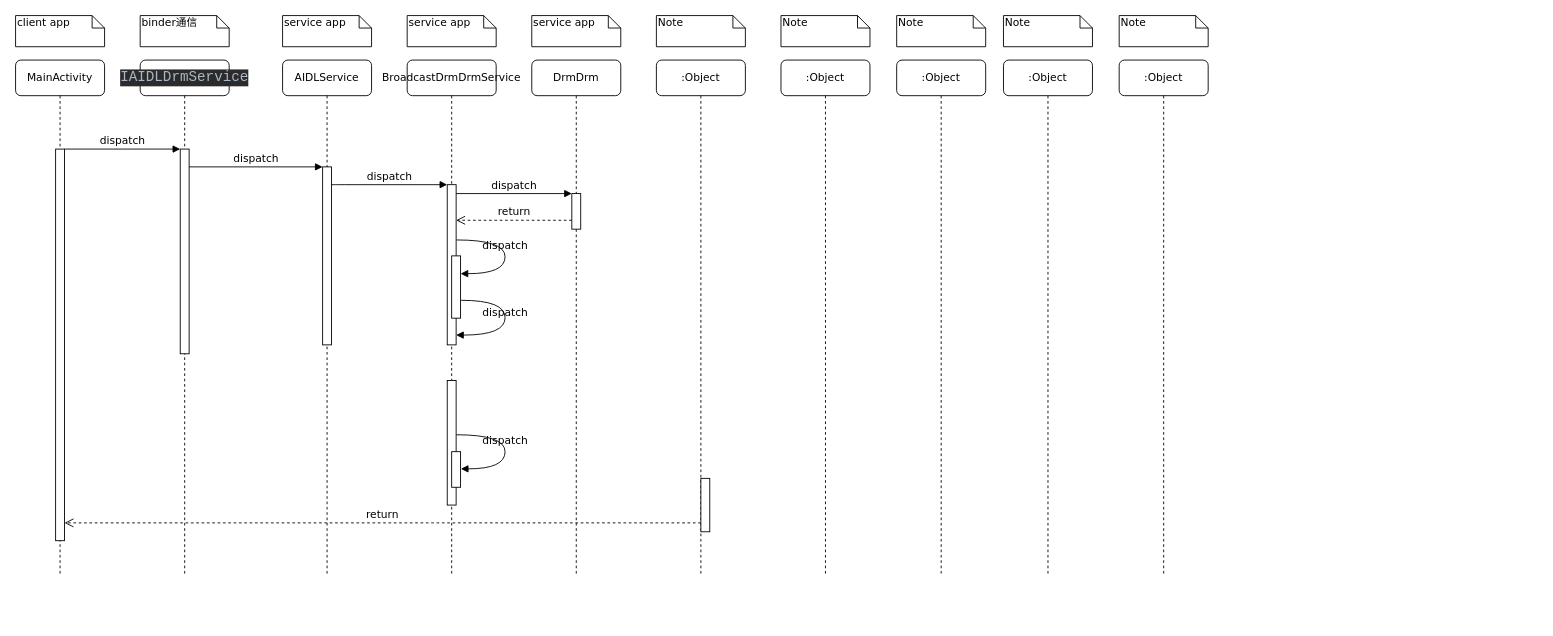
This is drm时序图.drawio from xuleixie/diagram, a draw.io file, before an edit. Source tidied: cells renumbered, new cells numbered last; positions are measured from the earlier drawing's top-left corner, leaving out a move shared by most shapes. Both pictures are drawn from the tidied source at 89%, with x=0, y=0 at pixel (15, 15).
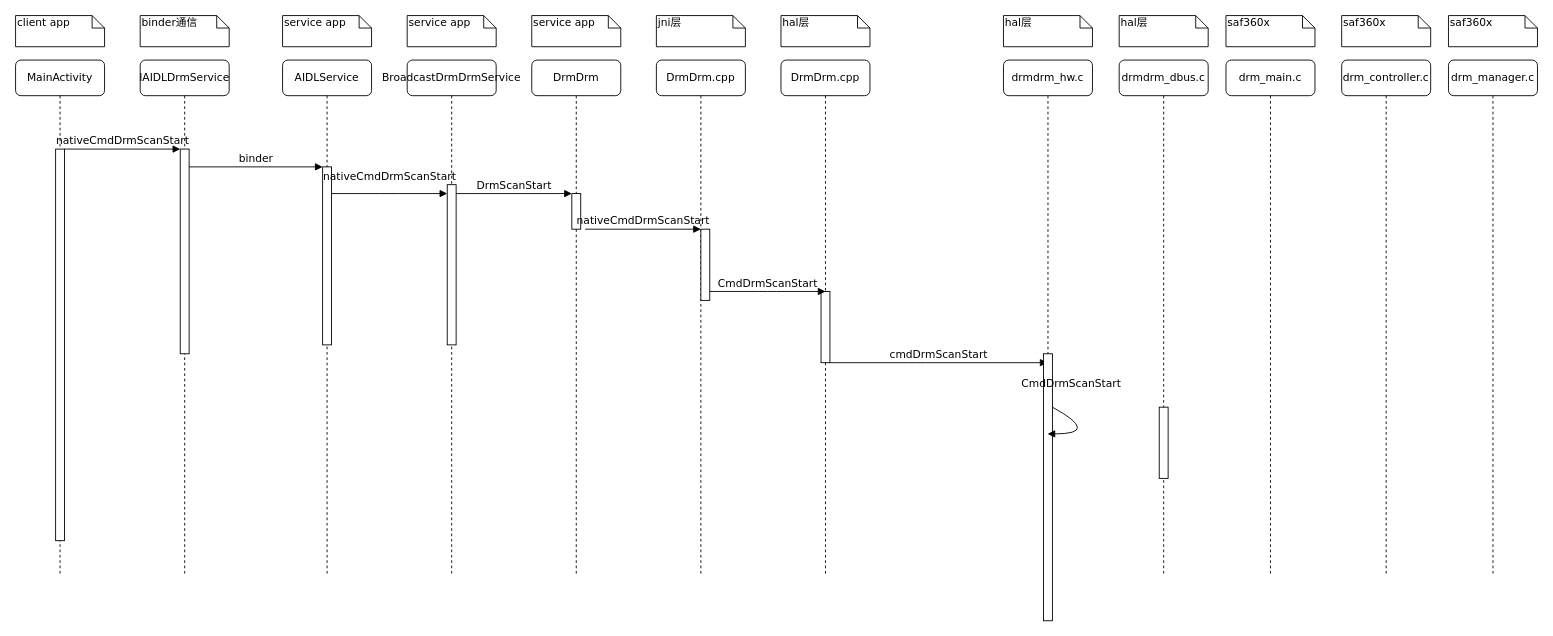
The same page after the edit.

Commit message:
更新drm时序图.drawio

The change refers to these unchanged cells:
```xml
<mxCell id="3" style="html=1;points=[];perimeter=orthogonalPerimeter;rounded=0;shadow=0;comic=0;labelBackgroundColor=none;strokeWidth=1;fontFamily=Verdana;fontSize=12;align=center;" parent="2" vertex="1">
  <mxGeometry x="45" y="100" width="10" height="230" as="geometry" />
</mxCell>
<mxCell id="5" style="html=1;points=[];perimeter=orthogonalPerimeter;rounded=0;shadow=0;comic=0;labelBackgroundColor=none;strokeWidth=1;fontFamily=Verdana;fontSize=12;align=center;" parent="4" vertex="1">
  <mxGeometry x="45" y="120" width="10" height="200" as="geometry" />
</mxCell>
<mxCell id="11" style="html=1;points=[];perimeter=orthogonalPerimeter;rounded=0;shadow=0;comic=0;labelBackgroundColor=none;strokeWidth=1;fontFamily=Verdana;fontSize=12;align=center;" parent="10" vertex="1">
  <mxGeometry x="45" y="100" width="10" height="440" as="geometry" />
</mxCell>
<mxCell id="12" style="html=1;points=[];perimeter=orthogonalPerimeter;rounded=0;shadow=0;comic=0;labelBackgroundColor=none;strokeWidth=1;fontFamily=Verdana;fontSize=12;align=center;" parent="1" vertex="1">
  <mxGeometry x="485" y="190" width="10" height="180" as="geometry" />
</mxCell>
<mxCell id="14" style="html=1;points=[];perimeter=orthogonalPerimeter;rounded=0;shadow=0;comic=0;labelBackgroundColor=none;strokeWidth=1;fontFamily=Verdana;fontSize=12;align=center;" parent="1" vertex="1">
  <mxGeometry x="625" y="200" width="10" height="40" as="geometry" />
</mxCell>
```

Diff of the diagram source:
```diff
@@
-    <mxCell id="2" value="&lt;pre style=&quot;background-color:#2b2b2b;color:#a9b7c6;font-family:'JetBrains Mono',monospace;font-size:12.0pt;&quot;&gt;IAIDLDrmService&lt;/pre&gt;" style="shape=umlLifeline;perimeter=lifelinePerimeter;whiteSpace=wrap;html=1;rounded=1;shadow=0;comic=0;labelBackgroundColor=none;strokeWidth=1;fontFamily=Verdana;fontSize=12;align=center;" parent="1" vertex="1">
+    <mxCell id="2" value="IAIDLDrmService" style="shape=umlLifeline;perimeter=lifelinePerimeter;whiteSpace=wrap;html=1;rounded=1;shadow=0;comic=0;labelBackgroundColor=none;strokeWidth=1;fontFamily=Verdana;fontSize=12;align=center;" parent="1" vertex="1">
       <mxGeometry x="140" y="50" width="100" height="580" as="geometry" />
     </mxCell>
@@
-    <mxCell id="8" value=":Object" style="shape=umlLifeline;perimeter=lifelinePerimeter;whiteSpace=wrap;html=1;rounded=1;shadow=0;comic=0;labelBackgroundColor=none;strokeWidth=1;fontFamily=Verdana;fontSize=12;align=center;" parent="1" vertex="1">
+    <mxCell id="8" value="DrmDrm.cpp" style="shape=umlLifeline;perimeter=lifelinePerimeter;whiteSpace=wrap;html=1;rounded=1;shadow=0;comic=0;labelBackgroundColor=none;strokeWidth=1;fontFamily=Verdana;fontSize=12;align=center;" parent="1" vertex="1">
       <mxGeometry x="720" y="50" width="100" height="580" as="geometry" />
     </mxCell>
+    <mxCell id="40" style="html=1;perimeter=orthogonalPerimeter;rounded=0;shadow=0;comic=0;labelBackgroundColor=none;strokeWidth=1;fontFamily=Verdana;fontSize=12;align=center;" parent="8" vertex="1">
+      <mxGeometry x="50" y="190" width="10" height="80" as="geometry" />
+    </mxCell>
-    <mxCell id="9" value=":Object" style="shape=umlLifeline;perimeter=lifelinePerimeter;whiteSpace=wrap;html=1;rounded=1;shadow=0;comic=0;labelBackgroundColor=none;strokeWidth=1;fontFamily=Verdana;fontSize=12;align=center;" parent="1" vertex="1">
+    <mxCell id="9" value="DrmDrm.cpp" style="shape=umlLifeline;perimeter=lifelinePerimeter;whiteSpace=wrap;html=1;rounded=1;shadow=0;comic=0;labelBackgroundColor=none;strokeWidth=1;fontFamily=Verdana;fontSize=12;align=center;" parent="1" vertex="1">
       <mxGeometry x="860" y="50" width="100" height="580" as="geometry" />
     </mxCell>
+    <mxCell id="41" style="html=1;perimeter=orthogonalPerimeter;rounded=0;shadow=0;comic=0;labelBackgroundColor=none;strokeWidth=1;fontFamily=Verdana;fontSize=12;align=center;" parent="9" vertex="1">
+      <mxGeometry x="45" y="260" width="10" height="80" as="geometry" />
+    </mxCell>
+    <mxCell id="42" value="cmdDrmScanStart" style="html=1;verticalAlign=bottom;endArrow=block;labelBackgroundColor=none;fontFamily=Verdana;fontSize=12;edgeStyle=elbowEdgeStyle;elbow=vertical;" parent="9" edge="1" target="36">
+      <mxGeometry relative="1" as="geometry">
+        <mxPoint x="55" y="340" as="sourcePoint" />
+      </mxGeometry>
+    </mxCell>
@@
-    <mxCell id="13" value="dispatch" style="html=1;verticalAlign=bottom;endArrow=block;labelBackgroundColor=none;fontFamily=Verdana;fontSize=12;edgeStyle=elbowEdgeStyle;elbow=vertical;" parent="1" edge="1" source="5" target="12">
-      <mxGeometry relative="1" as="geometry">
-        <Array as="points">
-          <mxPoint x="360" y="190" />
-        </Array>
-      </mxGeometry>
-    </mxCell>
@@
-    <mxCell id="15" value="dispatch" style="html=1;verticalAlign=bottom;endArrow=block;entryX=0;entryY=0;labelBackgroundColor=none;fontFamily=Verdana;fontSize=12;edgeStyle=elbowEdgeStyle;elbow=vertical;" parent="1" edge="1" source="12" target="14">
+    <mxCell id="15" value="DrmScanStart" style="html=1;verticalAlign=bottom;endArrow=block;entryX=0;entryY=0;labelBackgroundColor=none;fontFamily=Verdana;fontSize=12;edgeStyle=elbowEdgeStyle;elbow=vertical;" parent="1" edge="1" source="12" target="14">
       <mxGeometry relative="1" as="geometry" />
     </mxCell>
-    <mxCell id="16" value="return" style="html=1;verticalAlign=bottom;endArrow=open;dashed=1;endSize=8;labelBackgroundColor=none;fontFamily=Verdana;fontSize=12;edgeStyle=elbowEdgeStyle;elbow=vertical;" parent="1" edge="1" source="14" target="12">
-      <mxGeometry relative="1" as="geometry">
-        <Array as="points">
-          <mxPoint x="570" y="230" />
-          <mxPoint x="600" y="230" />
-        </Array>
-      </mxGeometry>
-    </mxCell>
-    <mxCell id="17" style="html=1;perimeter=orthogonalPerimeter;rounded=0;shadow=0;comic=0;labelBackgroundColor=none;strokeWidth=1;fontFamily=Verdana;fontSize=12;align=center;" parent="1" vertex="1">
-      <mxGeometry x="485" y="410" width="10" height="140" as="geometry" />
-    </mxCell>
-    <mxCell id="18" style="html=1;points=[];perimeter=orthogonalPerimeter;rounded=0;shadow=0;comic=0;labelBackgroundColor=none;strokeWidth=1;fontFamily=Verdana;fontSize=12;align=center;" parent="1" vertex="1">
-      <mxGeometry x="770" y="520" width="10" height="60" as="geometry" />
-    </mxCell>
-    <mxCell id="19" value="return" style="html=1;verticalAlign=bottom;endArrow=open;dashed=1;endSize=8;labelBackgroundColor=none;fontFamily=Verdana;fontSize=12;edgeStyle=elbowEdgeStyle;elbow=vertical;" parent="1" edge="1" source="18" target="11">
-      <mxGeometry relative="1" as="geometry">
-        <Array as="points">
-          <mxPoint x="470" y="570" />
-        </Array>
-      </mxGeometry>
-    </mxCell>
-    <mxCell id="20" value="dispatch" style="html=1;verticalAlign=bottom;endArrow=block;entryX=0;entryY=0;labelBackgroundColor=none;fontFamily=Verdana;fontSize=12;edgeStyle=elbowEdgeStyle;elbow=vertical;" parent="1" edge="1" source="11" target="3">
+    <mxCell id="20" value="nativeCmdDrmScanStart" style="html=1;verticalAlign=bottom;endArrow=block;entryX=0;entryY=0;labelBackgroundColor=none;fontFamily=Verdana;fontSize=12;edgeStyle=elbowEdgeStyle;elbow=vertical;" parent="1" edge="1" source="11" target="3">
       <mxGeometry relative="1" as="geometry" />
     </mxCell>
-    <mxCell id="21" value="dispatch" style="html=1;verticalAlign=bottom;endArrow=block;entryX=0;entryY=0;labelBackgroundColor=none;fontFamily=Verdana;fontSize=12;edgeStyle=elbowEdgeStyle;elbow=vertical;" parent="1" edge="1" source="3" target="5">
+    <mxCell id="21" value="binder" style="html=1;verticalAlign=bottom;endArrow=block;entryX=0;entryY=0;labelBackgroundColor=none;fontFamily=Verdana;fontSize=12;edgeStyle=elbowEdgeStyle;elbow=vertical;" parent="1" edge="1" source="3" target="5">
       <mxGeometry relative="1" as="geometry" />
     </mxCell>
-    <mxCell id="22" style="html=1;points=[];perimeter=orthogonalPerimeter;rounded=0;shadow=0;comic=0;labelBackgroundColor=none;strokeWidth=1;fontFamily=Verdana;fontSize=12;align=center;" parent="1" vertex="1">
-      <mxGeometry x="490" y="270" width="10" height="70" as="geometry" />
-    </mxCell>
-    <mxCell id="23" value="dispatch" style="html=1;verticalAlign=bottom;endArrow=block;labelBackgroundColor=none;fontFamily=Verdana;fontSize=12;elbow=vertical;edgeStyle=orthogonalEdgeStyle;curved=1;entryX=1;entryY=0.286;entryPerimeter=0;exitX=1.038;exitY=0.345;exitPerimeter=0;" parent="1" edge="1" source="12" target="22">
-      <mxGeometry relative="1" as="geometry">
-        <Array as="points">
-          <mxPoint x="550" y="252" />
-          <mxPoint x="550" y="290" />
-        </Array>
-      </mxGeometry>
-    </mxCell>
-    <mxCell id="24" value="dispatch" style="html=1;verticalAlign=bottom;endArrow=block;labelBackgroundColor=none;fontFamily=Verdana;fontSize=12;elbow=vertical;edgeStyle=orthogonalEdgeStyle;curved=1;exitX=1.066;exitY=0.713;exitPerimeter=0;" parent="1" edge="1" source="22">
-      <mxGeometry relative="1" as="geometry">
-        <mxPoint x="495" y="359" as="targetPoint" />
-        <Array as="points">
-          <mxPoint x="550" y="320" />
-          <mxPoint x="550" y="359" />
-        </Array>
-      </mxGeometry>
-    </mxCell>
-    <mxCell id="25" style="html=1;perimeter=orthogonalPerimeter;rounded=0;shadow=0;comic=0;labelBackgroundColor=none;strokeWidth=1;fontFamily=Verdana;fontSize=12;align=center;" parent="1" vertex="1">
-      <mxGeometry x="490" y="490" width="10" height="40" as="geometry" />
-    </mxCell>
-    <mxCell id="26" value="dispatch" style="html=1;verticalAlign=bottom;endArrow=block;labelBackgroundColor=none;fontFamily=Verdana;fontSize=12;elbow=vertical;edgeStyle=orthogonalEdgeStyle;curved=1;entryX=1;entryY=0.286;entryPerimeter=0;exitX=1.038;exitY=0.345;exitPerimeter=0;" parent="1" edge="1">
-      <mxGeometry relative="1" as="geometry">
-        <mxPoint x="495.3" y="471" as="sourcePoint" />
-        <mxPoint x="500.3" y="509.3" as="targetPoint" />
-        <Array as="points">
-          <mxPoint x="550" y="471" />
-          <mxPoint x="550" y="509" />
-        </Array>
-      </mxGeometry>
-    </mxCell>
@@
-    <mxCell id="32" value="Note" style="shape=note;whiteSpace=wrap;html=1;size=14;verticalAlign=top;align=left;spacingTop=-6;rounded=0;shadow=0;comic=0;labelBackgroundColor=none;strokeWidth=1;fontFamily=Verdana;fontSize=12;" parent="1" vertex="1">
+    <mxCell id="32" value="jni层" style="shape=note;whiteSpace=wrap;html=1;size=14;verticalAlign=top;align=left;spacingTop=-6;rounded=0;shadow=0;comic=0;labelBackgroundColor=none;strokeWidth=1;fontFamily=Verdana;fontSize=12;" parent="1" vertex="1">
       <mxGeometry x="720" width="100" height="35" as="geometry" />
     </mxCell>
-    <mxCell id="33" value="Note" style="shape=note;whiteSpace=wrap;html=1;size=14;verticalAlign=top;align=left;spacingTop=-6;rounded=0;shadow=0;comic=0;labelBackgroundColor=none;strokeWidth=1;fontFamily=Verdana;fontSize=12;" parent="1" vertex="1">
+    <mxCell id="33" value="hal层" style="shape=note;whiteSpace=wrap;html=1;size=14;verticalAlign=top;align=left;spacingTop=-6;rounded=0;shadow=0;comic=0;labelBackgroundColor=none;strokeWidth=1;fontFamily=Verdana;fontSize=12;" parent="1" vertex="1">
       <mxGeometry x="860" width="100" height="35" as="geometry" />
     </mxCell>
-    <mxCell id="34" value=":Object" style="shape=umlLifeline;perimeter=lifelinePerimeter;whiteSpace=wrap;html=1;rounded=1;shadow=0;comic=0;labelBackgroundColor=none;strokeWidth=1;fontFamily=Verdana;fontSize=12;align=center;" parent="1" vertex="1">
-      <mxGeometry x="990" y="50" width="100" height="580" as="geometry" />
-    </mxCell>
-    <mxCell id="35" value="Note" style="shape=note;whiteSpace=wrap;html=1;size=14;verticalAlign=top;align=left;spacingTop=-6;rounded=0;shadow=0;comic=0;labelBackgroundColor=none;strokeWidth=1;fontFamily=Verdana;fontSize=12;" parent="1" vertex="1">
-      <mxGeometry x="990" width="100" height="35" as="geometry" />
-    </mxCell>
-    <mxCell id="36" value=":Object" style="shape=umlLifeline;perimeter=lifelinePerimeter;whiteSpace=wrap;html=1;outlineConnect=0;rounded=1;shadow=0;comic=0;labelBackgroundColor=none;strokeWidth=1;fontFamily=Verdana;fontSize=12;align=center;" parent="1" vertex="1">
-      <mxGeometry x="1110" y="50" width="100" height="580" as="geometry" />
+    <mxCell id="36" value="drmdrm_hw.c" style="shape=umlLifeline;perimeter=lifelinePerimeter;whiteSpace=wrap;html=1;outlineConnect=0;rounded=1;shadow=0;comic=0;labelBackgroundColor=none;strokeWidth=1;fontFamily=Verdana;fontSize=12;align=center;" parent="1" vertex="1">
+      <mxGeometry x="1110" y="50" width="100" height="630" as="geometry" />
     </mxCell>
+    <mxCell id="43" style="html=1;perimeter=orthogonalPerimeter;rounded=0;shadow=0;comic=0;labelBackgroundColor=none;strokeWidth=1;fontFamily=Verdana;fontSize=12;align=center;" parent="36" vertex="1">
+      <mxGeometry x="45" y="330" width="10" height="300" as="geometry" />
+    </mxCell>
-    <mxCell id="37" value="Note" style="shape=note;whiteSpace=wrap;html=1;size=14;verticalAlign=top;align=left;spacingTop=-6;rounded=0;shadow=0;comic=0;labelBackgroundColor=none;strokeWidth=1;fontFamily=Verdana;fontSize=12;" parent="1" vertex="1">
+    <mxCell id="37" value="hal层" style="shape=note;whiteSpace=wrap;html=1;size=14;verticalAlign=top;align=left;spacingTop=-6;rounded=0;shadow=0;comic=0;labelBackgroundColor=none;strokeWidth=1;fontFamily=Verdana;fontSize=12;" parent="1" vertex="1">
       <mxGeometry x="1110" width="100" height="35" as="geometry" />
     </mxCell>
-    <mxCell id="38" value=":Object" style="shape=umlLifeline;perimeter=lifelinePerimeter;whiteSpace=wrap;html=1;rounded=1;shadow=0;comic=0;labelBackgroundColor=none;strokeWidth=1;fontFamily=Verdana;fontSize=12;align=center;" parent="1" vertex="1">
+    <mxCell id="38" value="drmdrm_dbus.c" style="shape=umlLifeline;perimeter=lifelinePerimeter;whiteSpace=wrap;html=1;rounded=1;shadow=0;comic=0;labelBackgroundColor=none;strokeWidth=1;fontFamily=Verdana;fontSize=12;align=center;" parent="1" vertex="1">
       <mxGeometry x="1240" y="50" width="100" height="580" as="geometry" />
     </mxCell>
+    <mxCell id="44" style="html=1;perimeter=orthogonalPerimeter;rounded=0;shadow=0;comic=0;labelBackgroundColor=none;strokeWidth=1;fontFamily=Verdana;fontSize=12;align=center;" parent="38" vertex="1">
+      <mxGeometry x="45" y="390" width="10" height="80" as="geometry" />
+    </mxCell>
-    <mxCell id="39" value="Note" style="shape=note;whiteSpace=wrap;html=1;size=14;verticalAlign=top;align=left;spacingTop=-6;rounded=0;shadow=0;comic=0;labelBackgroundColor=none;strokeWidth=1;fontFamily=Verdana;fontSize=12;" parent="1" vertex="1">
+    <mxCell id="39" value="hal层" style="shape=note;whiteSpace=wrap;html=1;size=14;verticalAlign=top;align=left;spacingTop=-6;rounded=0;shadow=0;comic=0;labelBackgroundColor=none;strokeWidth=1;fontFamily=Verdana;fontSize=12;" parent="1" vertex="1">
       <mxGeometry x="1240" width="100" height="35" as="geometry" />
     </mxCell>
+    <mxCell id="45" value="drm_main.c" style="shape=umlLifeline;perimeter=lifelinePerimeter;whiteSpace=wrap;html=1;rounded=1;shadow=0;comic=0;labelBackgroundColor=none;strokeWidth=1;fontFamily=Verdana;fontSize=12;align=center;" parent="1" vertex="1">
+      <mxGeometry x="1360" y="50" width="100" height="580" as="geometry" />
+    </mxCell>
+    <mxCell id="46" value="saf360x" style="shape=note;whiteSpace=wrap;html=1;size=14;verticalAlign=top;align=left;spacingTop=-6;rounded=0;shadow=0;comic=0;labelBackgroundColor=none;strokeWidth=1;fontFamily=Verdana;fontSize=12;" parent="1" vertex="1">
+      <mxGeometry x="1360" width="100" height="35" as="geometry" />
+    </mxCell>
+    <mxCell id="47" value="drm_controller.c" style="shape=umlLifeline;perimeter=lifelinePerimeter;whiteSpace=wrap;html=1;rounded=1;shadow=0;comic=0;labelBackgroundColor=none;strokeWidth=1;fontFamily=Verdana;fontSize=12;align=center;" parent="1" vertex="1">
+      <mxGeometry x="1490" y="50" width="100" height="580" as="geometry" />
+    </mxCell>
+    <mxCell id="48" value="saf360x" style="shape=note;whiteSpace=wrap;html=1;size=14;verticalAlign=top;align=left;spacingTop=-6;rounded=0;shadow=0;comic=0;labelBackgroundColor=none;strokeWidth=1;fontFamily=Verdana;fontSize=12;" parent="1" vertex="1">
+      <mxGeometry x="1490" width="100" height="35" as="geometry" />
+    </mxCell>
+    <mxCell id="49" value="drm_manager.c" style="shape=umlLifeline;perimeter=lifelinePerimeter;whiteSpace=wrap;html=1;rounded=1;shadow=0;comic=0;labelBackgroundColor=none;strokeWidth=1;fontFamily=Verdana;fontSize=12;align=center;" parent="1" vertex="1">
+      <mxGeometry x="1610" y="50" width="100" height="580" as="geometry" />
+    </mxCell>
+    <mxCell id="50" value="saf360x" style="shape=note;whiteSpace=wrap;html=1;size=14;verticalAlign=top;align=left;spacingTop=-6;rounded=0;shadow=0;comic=0;labelBackgroundColor=none;strokeWidth=1;fontFamily=Verdana;fontSize=12;" parent="1" vertex="1">
+      <mxGeometry x="1610" width="100" height="35" as="geometry" />
+    </mxCell>
+    <mxCell id="51" value="nativeCmdDrmScanStart" style="html=1;verticalAlign=bottom;endArrow=block;entryX=0;entryY=0;labelBackgroundColor=none;fontFamily=Verdana;fontSize=12;edgeStyle=elbowEdgeStyle;elbow=vertical;" parent="1" edge="1">
+      <mxGeometry y="10" relative="1" as="geometry">
+        <mxPoint x="355" y="200" as="sourcePoint" />
+        <mxPoint x="485" y="200" as="targetPoint" />
+      </mxGeometry>
+    </mxCell>
+    <mxCell id="52" value="nativeCmdDrmScanStart" style="html=1;verticalAlign=bottom;endArrow=block;entryX=0;entryY=0;labelBackgroundColor=none;fontFamily=Verdana;fontSize=12;edgeStyle=elbowEdgeStyle;elbow=vertical;" parent="1" edge="1">
+      <mxGeometry relative="1" as="geometry">
+        <mxPoint x="640" y="240" as="sourcePoint" />
+        <mxPoint x="770" y="240" as="targetPoint" />
+      </mxGeometry>
+    </mxCell>
+    <mxCell id="53" value="CmdDrmScanStart" style="html=1;verticalAlign=bottom;endArrow=block;entryX=0;entryY=0;labelBackgroundColor=none;fontFamily=Verdana;fontSize=12;edgeStyle=elbowEdgeStyle;elbow=vertical;" parent="1" edge="1">
+      <mxGeometry relative="1" as="geometry">
+        <mxPoint x="780" y="310" as="sourcePoint" />
+        <mxPoint x="910" y="310" as="targetPoint" />
+      </mxGeometry>
+    </mxCell>
+    <mxCell id="54" value="CmdDrmScanStart" style="html=1;verticalAlign=bottom;endArrow=block;labelBackgroundColor=none;fontFamily=Verdana;fontSize=12;edgeStyle=elbowEdgeStyle;elbow=vertical;curved=1;" parent="1" edge="1" target="36">
+      <mxGeometry x="-0.84" y="25" relative="1" as="geometry">
+        <mxPoint x="1165" y="440" as="sourcePoint" />
+        <Array as="points">
+          <mxPoint x="1220" y="470" />
+          <mxPoint x="1230" y="490" />
+          <mxPoint x="1320" y="520" />
+          <mxPoint x="1250" y="440" />
+        </Array>
+      </mxGeometry>
+    </mxCell>
```
